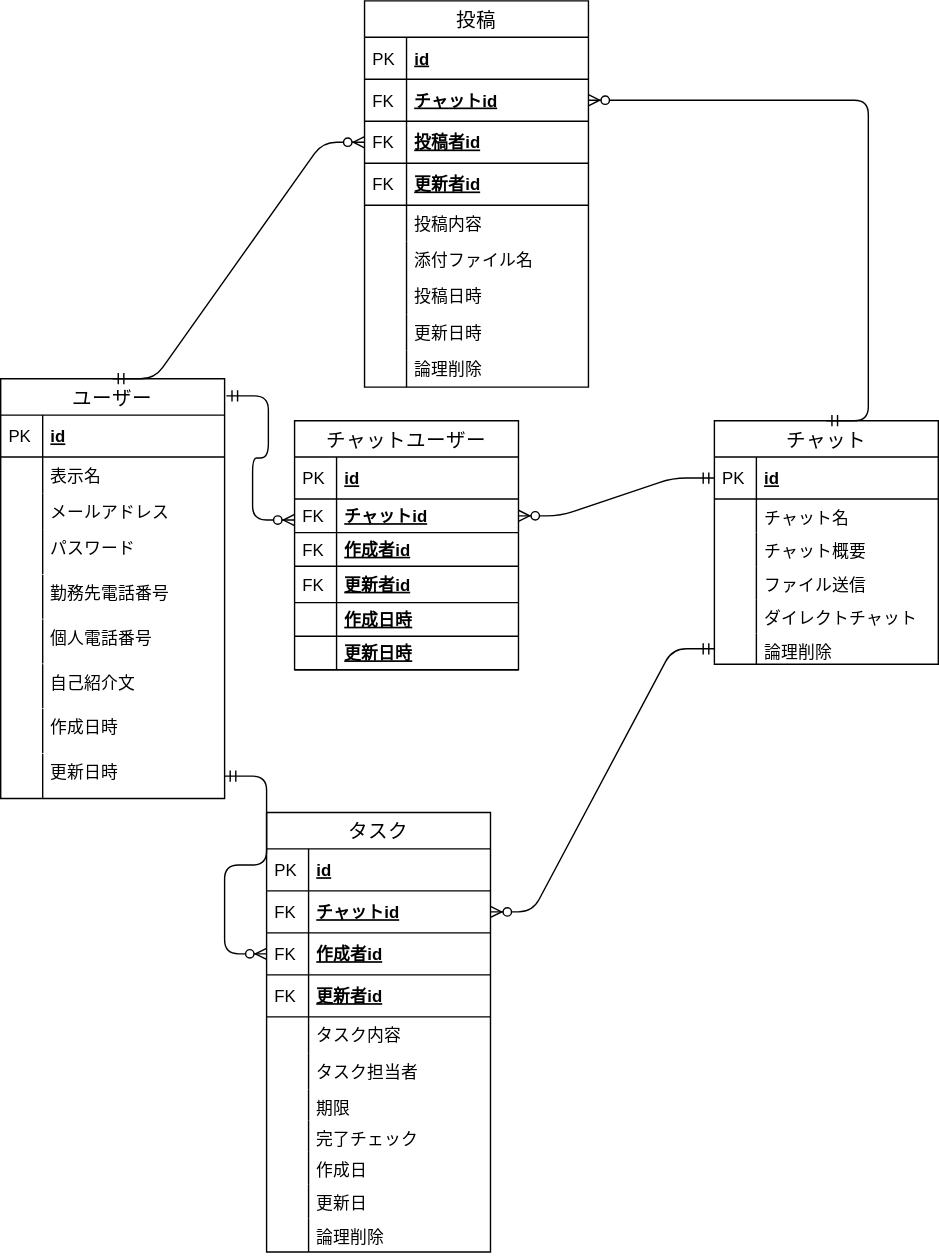
kyonamu/codegym-db keeps this draw.io diagram as db/db-challenge1/ERDiagram.drawio.svg. Above is the earlier version. Source tidied: cells renumbered, new cells last; positions are measured from the earlier drawing's top-left corner, leaving out a move shared by most shapes.
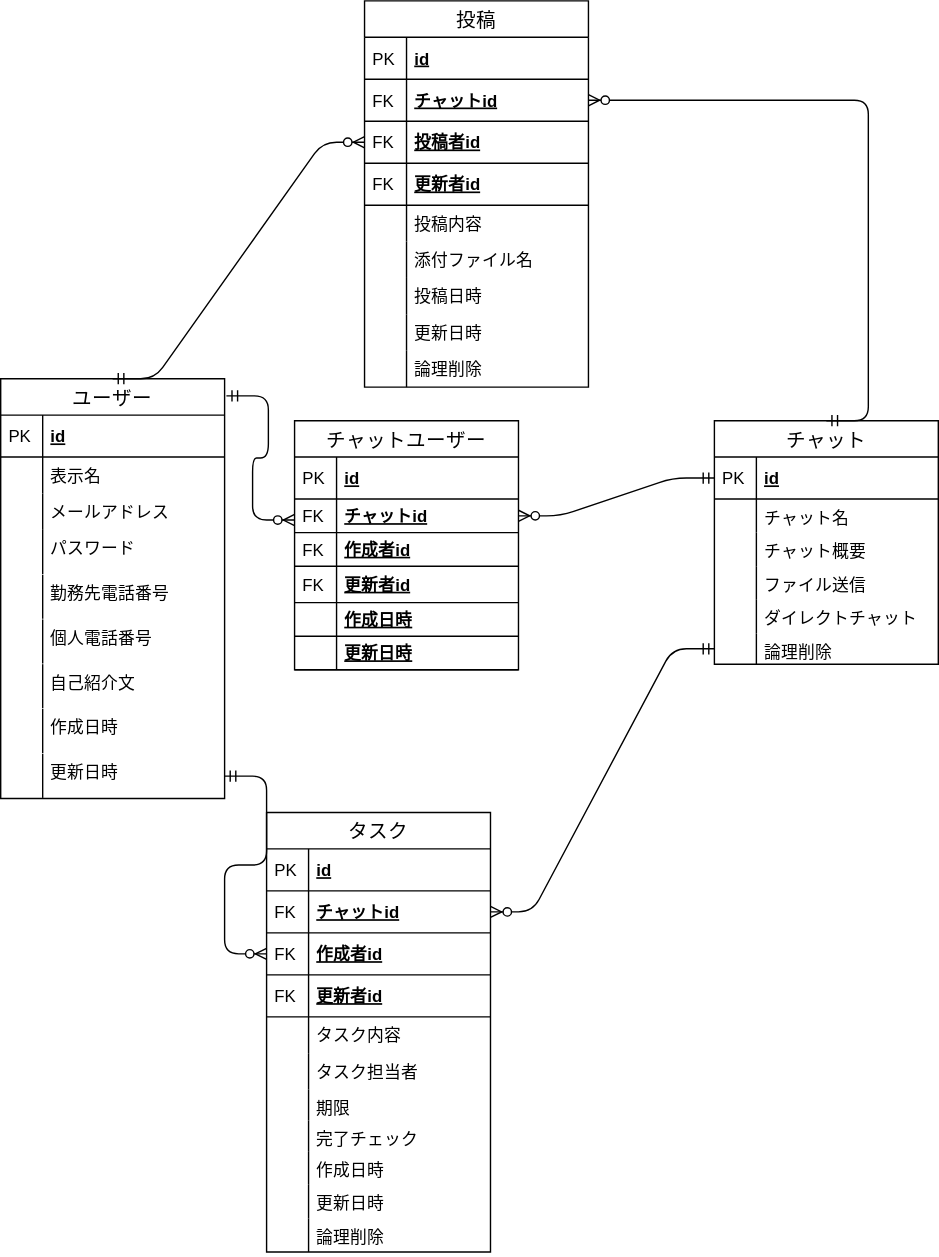
Above is the later version.

Commit message:
DB課題1の提出

Change to the diagram source:
```diff
@@ -115,13 +115,13 @@
     <mxCell id="38" style="shape=partialRectangle;top=0;left=0;bottom=0;fillColor=none;align=left;verticalAlign=top;spacingLeft=4;spacingRight=4;overflow=hidden;fontSize=12;" parent="37" vertex="1">
       <mxGeometry width="30" height="22" as="geometry" />
     </mxCell>
-    <mxCell id="39" value="作成日" style="shape=partialRectangle;top=0;left=0;right=0;bottom=0;align=left;verticalAlign=top;fillColor=none;spacingLeft=34;spacingRight=4;overflow=hidden;fontSize=12;" parent="22" vertex="1">
+    <mxCell id="39" value="作成日時" style="shape=partialRectangle;top=0;left=0;right=0;bottom=0;align=left;verticalAlign=top;fillColor=none;spacingLeft=34;spacingRight=4;overflow=hidden;fontSize=12;" parent="22" vertex="1">
       <mxGeometry y="242" width="160" height="24" as="geometry" />
     </mxCell>
     <mxCell id="40" style="shape=partialRectangle;top=0;left=0;bottom=0;fillColor=none;align=left;verticalAlign=top;spacingLeft=4;spacingRight=4;overflow=hidden;fontSize=12;" parent="39" vertex="1">
       <mxGeometry width="30" height="24" as="geometry" />
     </mxCell>
-    <mxCell id="41" value="更新日" style="shape=partialRectangle;top=0;left=0;right=0;bottom=0;align=left;verticalAlign=top;fillColor=none;spacingLeft=34;spacingRight=4;overflow=hidden;fontSize=12;" parent="22" vertex="1">
+    <mxCell id="41" value="更新日時" style="shape=partialRectangle;top=0;left=0;right=0;bottom=0;align=left;verticalAlign=top;fillColor=none;spacingLeft=34;spacingRight=4;overflow=hidden;fontSize=12;" parent="22" vertex="1">
       <mxGeometry y="266" width="160" height="24" as="geometry" />
     </mxCell>
     <mxCell id="42" style="shape=partialRectangle;top=0;left=0;bottom=0;fillColor=none;align=left;verticalAlign=top;spacingLeft=4;spacingRight=4;overflow=hidden;fontSize=12;" parent="41" vertex="1">
```
